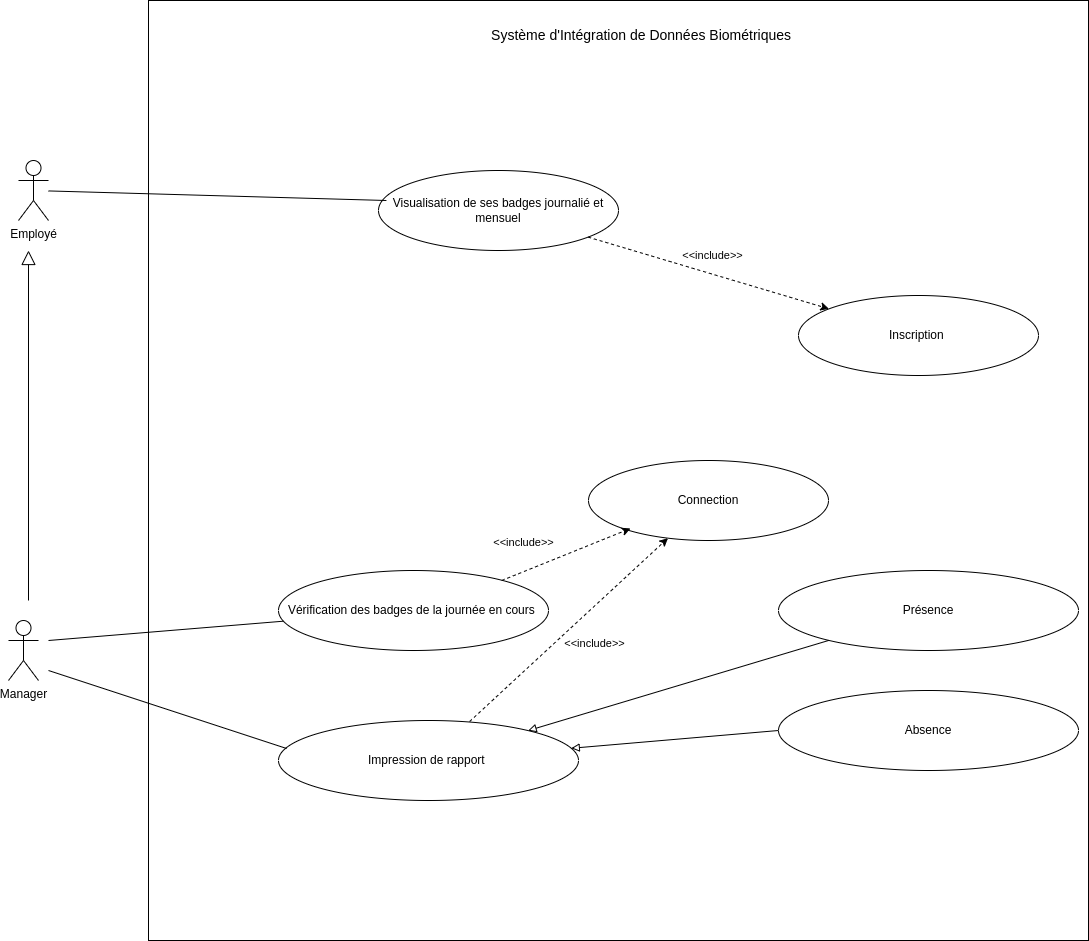
Siluearsene/borne_biometrique keeps this draw.io diagram as static/Diagramme de cas d'utilisation.drawio.png. Above is the earlier version. Source tidied: cells renumbered, new cells last; positions are measured from the earlier drawing's top-left corner, leaving out a move shared by most shapes.
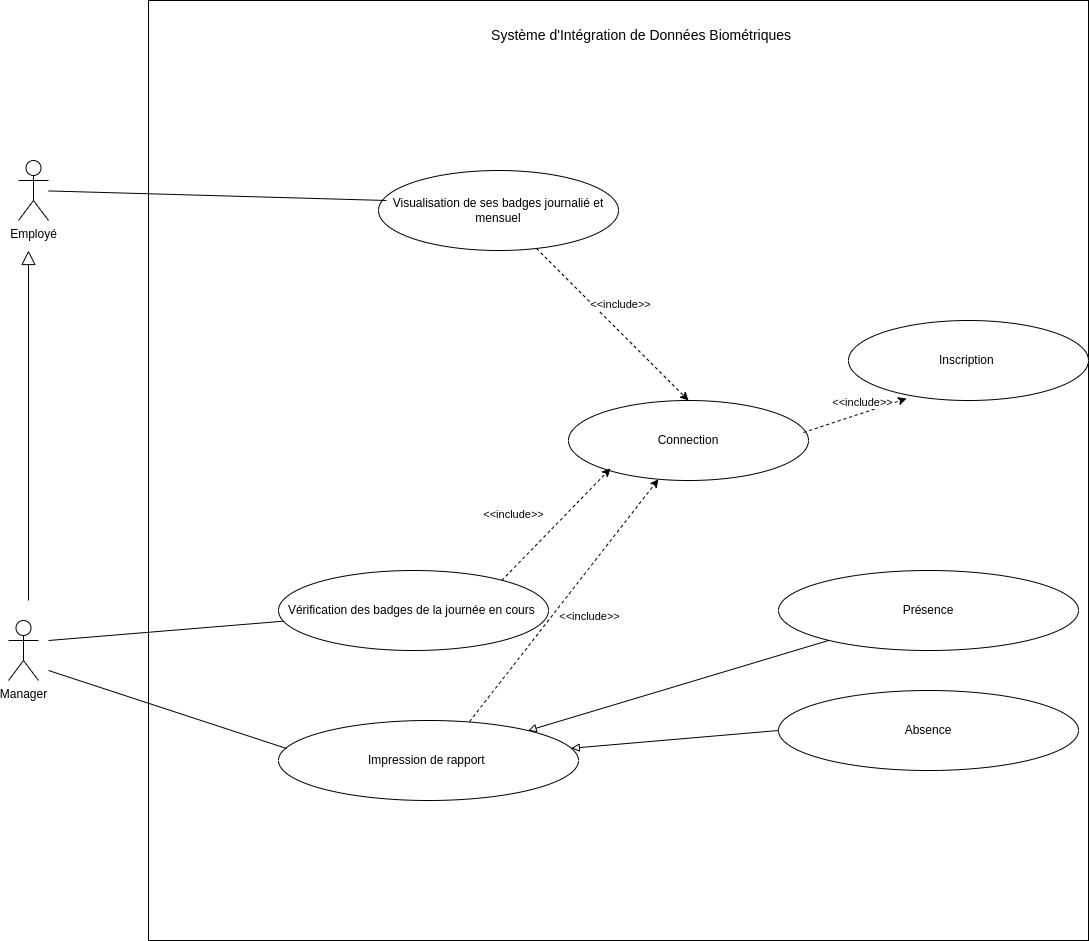
After the commit.

Commit message:
Mettre à jour Diagramme de cas d'utilisation.drawio.png

What changed in the source:
```diff
@@ -24,7 +24,7 @@
       <mxGeometry x="370" y="170" width="240" height="80" as="geometry" />
     </mxCell>
     <mxCell id="8" value="Connection" style="ellipse;whiteSpace=wrap;html=1;" parent="1" vertex="1">
-      <mxGeometry x="580" y="460" width="240" height="80" as="geometry" />
+      <mxGeometry x="560" y="400" width="240" height="80" as="geometry" />
     </mxCell>
     <mxCell id="9" value="Vérification des badges de la journée en cours&amp;nbsp;" style="ellipse;whiteSpace=wrap;html=1;" parent="1" vertex="1">
       <mxGeometry x="270" y="570" width="270" height="80" as="geometry" />
@@ -63,7 +63,7 @@
       </mxGeometry>
     </mxCell>
     <mxCell id="19" value="Inscription&amp;nbsp;" style="ellipse;whiteSpace=wrap;html=1;" parent="1" vertex="1">
-      <mxGeometry x="790" y="295" width="240" height="80" as="geometry" />
+      <mxGeometry x="840" y="320" width="240" height="80" as="geometry" />
     </mxCell>
     <mxCell id="20" style="endArrow=classic;html=1;rounded=0;dashed=1;entryX=0.175;entryY=0.85;entryDx=0;entryDy=0;entryPerimeter=0;" parent="1" edge="1" target="8">
       <mxGeometry relative="1" as="geometry">
@@ -75,7 +75,7 @@
         <mxPoint x="-37" y="-13" as="offset" />
       </mxGeometry>
     </mxCell>
-    <mxCell id="22" style="endArrow=classic;html=1;rounded=0;dashed=1;" parent="1" edge="1" source="7" target="19">
+    <mxCell id="22" style="endArrow=classic;html=1;rounded=0;dashed=1;entryX=0.5;entryY=0;entryDx=0;entryDy=0;" parent="1" edge="1" source="7" target="8">
       <mxGeometry relative="1" as="geometry" />
     </mxCell>
     <mxCell id="23" value="&lt;font style=&quot;font-size: 11px;&quot;&gt;&amp;lt;&amp;lt;include&amp;gt;&lt;/font&gt;&amp;gt;" style="edgeLabel;html=1;align=center;verticalAlign=middle;" parent="22" vertex="1">
@@ -86,5 +86,13 @@
     <mxCell id="24" style="endArrow=none;html=1;rounded=0;entryX=0.033;entryY=0.375;entryDx=0;entryDy=0;entryPerimeter=0;" parent="1" edge="1" source="2" target="7">
       <mxGeometry relative="1" as="geometry" />
     </mxCell>
+    <mxCell id="25" style="endArrow=classic;html=1;rounded=0;dashed=1;entryX=0.242;entryY=0.975;entryDx=0;entryDy=0;entryPerimeter=0;exitX=0.979;exitY=0.4;exitDx=0;exitDy=0;exitPerimeter=0;" parent="1" edge="1" source="8" target="19">
+      <mxGeometry relative="1" as="geometry" />
+    </mxCell>
+    <mxCell id="26" value="&lt;font style=&quot;font-size: 11px;&quot;&gt;&amp;lt;&amp;lt;include&amp;gt;&lt;/font&gt;&amp;gt;" style="edgeLabel;html=1;align=center;verticalAlign=middle;" parent="25" vertex="1">
+      <mxGeometry x="-0.08" y="2" relative="1" as="geometry">
+        <mxPoint x="12" y="-13" as="offset" />
+      </mxGeometry>
+    </mxCell>
   </root>
 </mxGraphModel>
```
